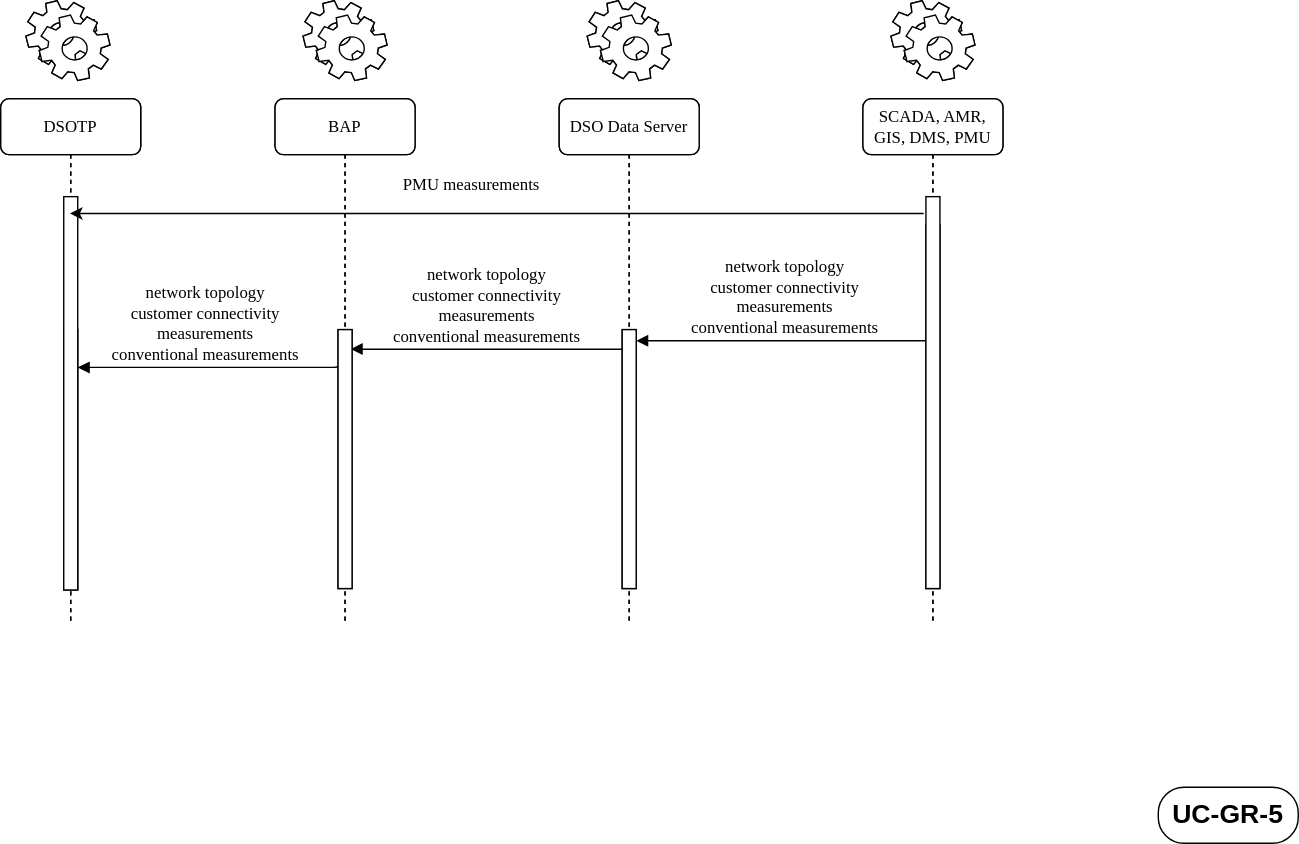
Before: docs/platone/uc-gr-5-pmu-integration-and-data-visualization-for-flexibility-services-management/UC_GR_1_2_3_4_Seq_Diag-UC5.svg, a diagram exported from draw.io (smart-grid-use-cases/smart-grid-use-cases.github.io). Source tidied: cells renumbered, new cells last; positions are measured from the earlier drawing's top-left corner, leaving out a move shared by most shapes.
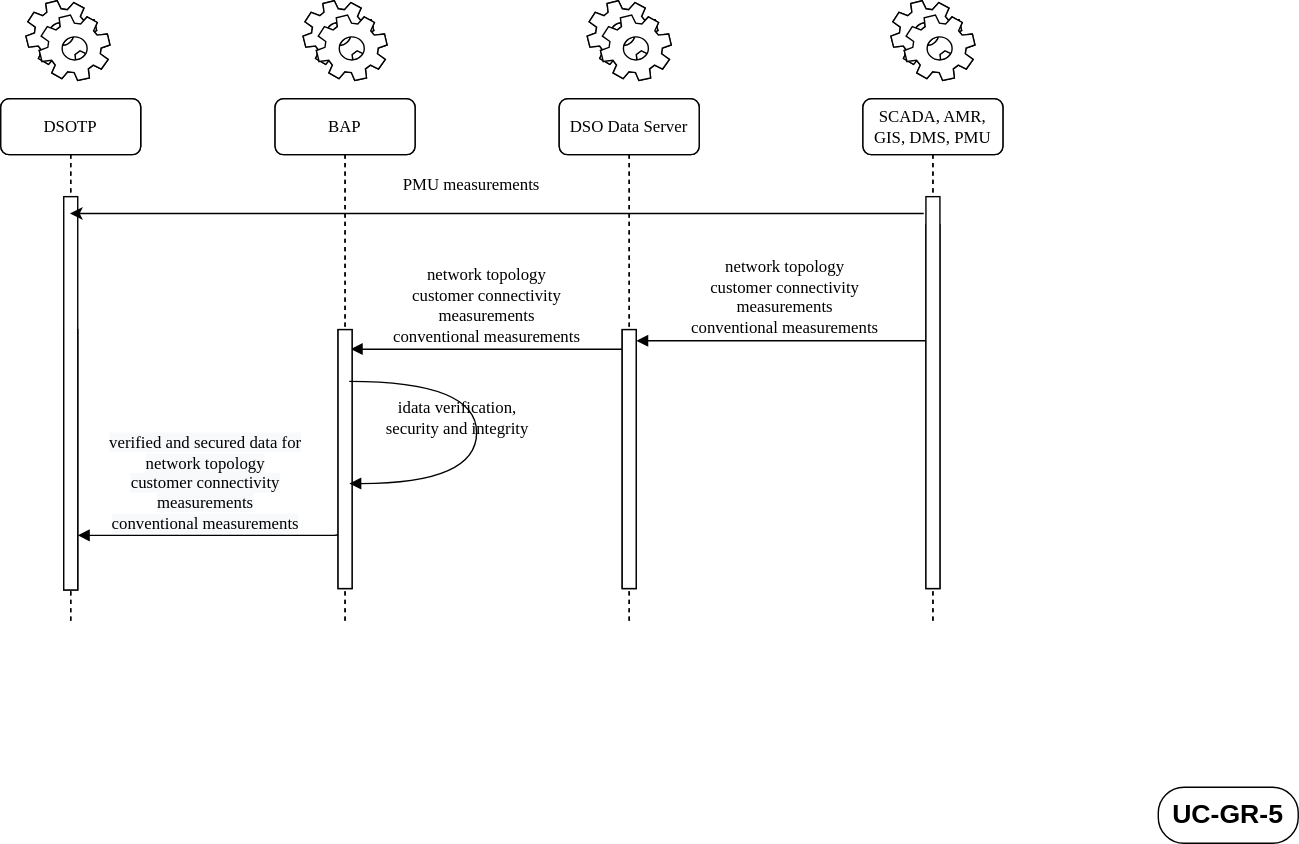
The same diagram one commit later.

What changed in the source:
```diff
@@ -75,11 +75,12 @@
         <mxPoint x="659.4" y="152" as="sourcePoint" />
       </mxGeometry>
     </mxCell>
-    <mxCell id="24" value="network topology&lt;br&gt;customer connectivity&lt;br&gt;measurements&lt;br&gt;conventional measurements" style="html=1;verticalAlign=bottom;endArrow=block;labelBackgroundColor=none;fontFamily=Verdana;fontSize=12;edgeStyle=elbowEdgeStyle;elbow=vertical;" parent="1" edge="1" target="13">
-      <mxGeometry x="0.09" relative="1" as="geometry">
-        <mxPoint x="246" y="252.1" as="sourcePoint" />
+    <mxCell id="24" value="&#10;&#10;&lt;span style=&quot;color: rgb(0, 0, 0); font-family: verdana; font-size: 12px; font-style: normal; font-weight: 400; letter-spacing: normal; text-align: center; text-indent: 0px; text-transform: none; word-spacing: 0px; background-color: rgb(248, 249, 250); display: inline; float: none;&quot;&gt;verified and secured data for&lt;/span&gt;&lt;br style=&quot;color: rgb(0, 0, 0); font-family: verdana; font-size: 12px; font-style: normal; font-weight: 400; letter-spacing: normal; text-align: center; text-indent: 0px; text-transform: none; word-spacing: 0px; background-color: rgb(248, 249, 250);&quot;&gt;&lt;span style=&quot;color: rgb(0, 0, 0); font-family: verdana; font-size: 12px; font-style: normal; font-weight: 400; letter-spacing: normal; text-align: center; text-indent: 0px; text-transform: none; word-spacing: 0px; background-color: rgb(248, 249, 250); display: inline; float: none;&quot;&gt;network topology&lt;/span&gt;&lt;br style=&quot;color: rgb(0, 0, 0); font-family: verdana; font-size: 12px; font-style: normal; font-weight: 400; letter-spacing: normal; text-align: center; text-indent: 0px; text-transform: none; word-spacing: 0px; background-color: rgb(248, 249, 250);&quot;&gt;&lt;span style=&quot;color: rgb(0, 0, 0); font-family: verdana; font-size: 12px; font-style: normal; font-weight: 400; letter-spacing: normal; text-align: center; text-indent: 0px; text-transform: none; word-spacing: 0px; background-color: rgb(248, 249, 250); display: inline; float: none;&quot;&gt;customer connectivity&lt;/span&gt;&lt;br style=&quot;color: rgb(0, 0, 0); font-family: verdana; font-size: 12px; font-style: normal; font-weight: 400; letter-spacing: normal; text-align: center; text-indent: 0px; text-transform: none; word-spacing: 0px; background-color: rgb(248, 249, 250);&quot;&gt;&lt;span style=&quot;color: rgb(0, 0, 0); font-family: verdana; font-size: 12px; font-style: normal; font-weight: 400; letter-spacing: normal; text-align: center; text-indent: 0px; text-transform: none; word-spacing: 0px; background-color: rgb(248, 249, 250); display: inline; float: none;&quot;&gt;measurements&lt;/span&gt;&lt;br style=&quot;color: rgb(0, 0, 0); font-family: verdana; font-size: 12px; font-style: normal; font-weight: 400; letter-spacing: normal; text-align: center; text-indent: 0px; text-transform: none; word-spacing: 0px; background-color: rgb(248, 249, 250);&quot;&gt;&lt;span style=&quot;color: rgb(0, 0, 0); font-family: verdana; font-size: 12px; font-style: normal; font-weight: 400; letter-spacing: normal; text-align: center; text-indent: 0px; text-transform: none; word-spacing: 0px; background-color: rgb(248, 249, 250); display: inline; float: none;&quot;&gt;conventional measurements&lt;/span&gt;&#10;&#10;" style="html=1;verticalAlign=bottom;endArrow=block;labelBackgroundColor=none;fontFamily=Verdana;fontSize=12;edgeStyle=elbowEdgeStyle;elbow=vertical;" parent="1" edge="1">
+      <mxGeometry x="0.09" y="30" relative="1" as="geometry">
+        <mxPoint x="246" y="372.1" as="sourcePoint" />
+        <mxPoint x="55" y="382" as="targetPoint" />
         <Array as="points">
-          <mxPoint x="246" y="262" />
+          <mxPoint x="246" y="382" />
         </Array>
       </mxGeometry>
     </mxCell>
@@ -95,11 +96,21 @@
     <mxCell id="28" value="BAP" style="shape=umlLifeline;perimeter=lifelinePerimeter;whiteSpace=wrap;html=1;outlineConnect=0;rounded=1;shadow=0;comic=0;labelBackgroundColor=none;strokeWidth=1;fontFamily=Verdana;fontSize=12;align=center;size=40;" parent="1" vertex="1">
       <mxGeometry x="196" y="70" width="100" height="375" as="geometry" />
     </mxCell>
-    <mxCell id="29" style="html=1;perimeter=orthogonalPerimeter;rounded=0;shadow=0;comic=0;labelBackgroundColor=none;strokeWidth=1;fontFamily=Verdana;fontSize=12;align=center;" parent="28" vertex="1">
+    <mxCell id="29" style="html=1;perimeter=orthogonalPerimeter;rounded=0;shadow=0;comic=0;labelBackgroundColor=none;strokeWidth=1;fontFamily=Verdana;fontSize=12;align=center;fontStyle=1;" parent="28" vertex="1">
       <mxGeometry x="45" y="165" width="10" height="185" as="geometry" />
     </mxCell>
     <mxCell id="30" style="shape=mxgraph.bpmn.service_task;html=1;" parent="1" vertex="1">
       <mxGeometry x="216" width="60" height="57" as="geometry" />
     </mxCell>
+    <mxCell id="31" value="idata verification, &lt;br&gt;security and integrity" style="html=1;verticalAlign=bottom;endArrow=block;labelBackgroundColor=none;fontFamily=Verdana;fontSize=12;elbow=vertical;edgeStyle=orthogonalEdgeStyle;curved=1;" parent="1" edge="1">
+      <mxGeometry x="0.05" y="-14" relative="1" as="geometry">
+        <mxPoint x="249" y="272" as="sourcePoint" />
+        <mxPoint x="249" y="345" as="targetPoint" />
+        <Array as="points">
+          <mxPoint x="340" y="272" />
+          <mxPoint x="340" y="345" />
+        </Array>
+      </mxGeometry>
+    </mxCell>
   </root>
 </mxGraphModel>
```
